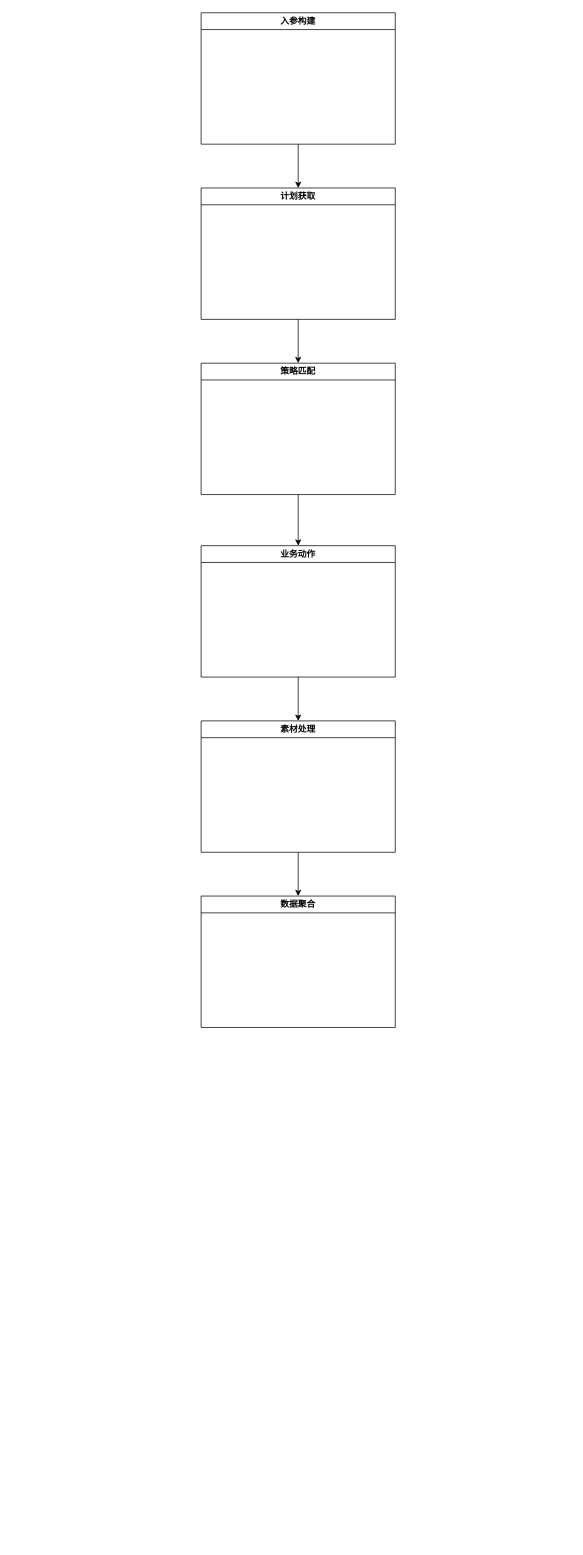
Earlier version of the draw.io diagram 千目系统代码架构.drawio (BlankKelly/diagrams). Source tidied: cells renumbered, new cells numbered last; positions are measured from the earlier drawing's top-left corner, leaving out a move shared by most shapes. Both pictures are drawn from the tidied source at 73%, with x=0, y=0 at pixel (201, 12).
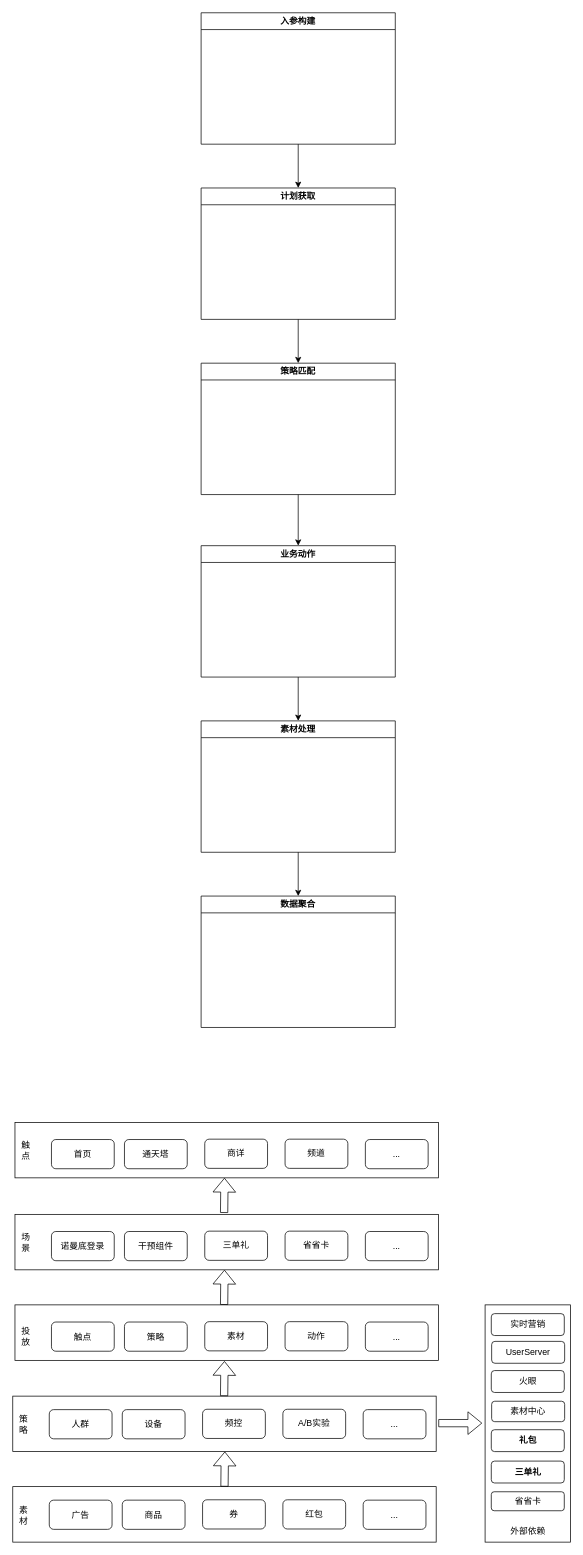
Above is the later version.

Commit message:
更新千目系统代码架构.drawio

The edit, as a diff of the source:
```diff
@@
+    <mxCell id="13" style="rounded=0;whiteSpace=wrap;html=1;" parent="1" vertex="1">
+      <mxGeometry x="-258" y="2019" width="580" height="76" as="geometry" />
+    </mxCell>
+    <mxCell id="14" value="素&lt;br&gt;材" style="text;html=1;strokeColor=none;fillColor=none;align=center;verticalAlign=middle;whiteSpace=wrap;rounded=0;" parent="1" vertex="1">
+      <mxGeometry x="-258" y="2026" width="30" height="63" as="geometry" />
+    </mxCell>
+    <mxCell id="15" value="广告" style="rounded=1;whiteSpace=wrap;html=1;" parent="1" vertex="1">
+      <mxGeometry x="-208" y="2037.5" width="86" height="40" as="geometry" />
+    </mxCell>
+    <mxCell id="16" value="商品" style="rounded=1;whiteSpace=wrap;html=1;" parent="1" vertex="1">
+      <mxGeometry x="-108" y="2037.5" width="86" height="40" as="geometry" />
+    </mxCell>
+    <mxCell id="17" value="券" style="rounded=1;whiteSpace=wrap;html=1;" parent="1" vertex="1">
+      <mxGeometry x="2" y="2037" width="86" height="40" as="geometry" />
+    </mxCell>
+    <mxCell id="18" value="红包" style="rounded=1;whiteSpace=wrap;html=1;" parent="1" vertex="1">
+      <mxGeometry x="112" y="2037" width="86" height="40" as="geometry" />
+    </mxCell>
+    <mxCell id="19" value="..." style="rounded=1;whiteSpace=wrap;html=1;" parent="1" vertex="1">
+      <mxGeometry x="222" y="2037.5" width="86" height="40" as="geometry" />
+    </mxCell>
+    <mxCell id="20" style="rounded=0;whiteSpace=wrap;html=1;" parent="1" vertex="1">
+      <mxGeometry x="-258" y="1895" width="580" height="76" as="geometry" />
+    </mxCell>
+    <mxCell id="21" value="策&lt;br&gt;略&lt;br&gt;" style="text;html=1;strokeColor=none;fillColor=none;align=center;verticalAlign=middle;whiteSpace=wrap;rounded=0;" parent="1" vertex="1">
+      <mxGeometry x="-258" y="1902" width="30" height="63" as="geometry" />
+    </mxCell>
+    <mxCell id="22" value="人群" style="rounded=1;whiteSpace=wrap;html=1;" parent="1" vertex="1">
+      <mxGeometry x="-208" y="1913.5" width="86" height="40" as="geometry" />
+    </mxCell>
+    <mxCell id="23" value="设备" style="rounded=1;whiteSpace=wrap;html=1;" parent="1" vertex="1">
+      <mxGeometry x="-108" y="1913.5" width="86" height="40" as="geometry" />
+    </mxCell>
+    <mxCell id="24" value="频控" style="rounded=1;whiteSpace=wrap;html=1;" parent="1" vertex="1">
+      <mxGeometry x="2" y="1913" width="86" height="40" as="geometry" />
+    </mxCell>
+    <mxCell id="25" value="A/B实验" style="rounded=1;whiteSpace=wrap;html=1;" parent="1" vertex="1">
+      <mxGeometry x="112" y="1913" width="86" height="40" as="geometry" />
+    </mxCell>
+    <mxCell id="26" value="..." style="rounded=1;whiteSpace=wrap;html=1;" parent="1" vertex="1">
+      <mxGeometry x="222" y="1913.5" width="86" height="40" as="geometry" />
+    </mxCell>
+    <mxCell id="27" style="shape=flexArrow;endArrow=classic;html=1;rounded=0;exitX=0.5;exitY=0;exitDx=0;exitDy=0;" parent="1" edge="1" source="13">
+      <mxGeometry relative="1" as="geometry">
+        <mxPoint x="32.5" y="1971" as="targetPoint" />
+      </mxGeometry>
+    </mxCell>
+    <mxCell id="28" style="shape=flexArrow;endArrow=classic;html=1;rounded=0;exitX=0.5;exitY=0;exitDx=0;exitDy=0;" parent="1" edge="1">
+      <mxGeometry relative="1" as="geometry">
+        <mxPoint x="31.5" y="1895" as="sourcePoint" />
+        <mxPoint x="32" y="1847" as="targetPoint" />
+      </mxGeometry>
+    </mxCell>
+    <mxCell id="29" style="rounded=0;whiteSpace=wrap;html=1;" parent="1" vertex="1">
+      <mxGeometry x="-255" y="1770" width="580" height="76" as="geometry" />
+    </mxCell>
+    <mxCell id="30" value="投&lt;br&gt;放&lt;br&gt;" style="text;html=1;strokeColor=none;fillColor=none;align=center;verticalAlign=middle;whiteSpace=wrap;rounded=0;" parent="1" vertex="1">
+      <mxGeometry x="-255" y="1782" width="30" height="63" as="geometry" />
+    </mxCell>
+    <mxCell id="31" value="触点" style="rounded=1;whiteSpace=wrap;html=1;" parent="1" vertex="1">
+      <mxGeometry x="-205" y="1793.5" width="86" height="40" as="geometry" />
+    </mxCell>
+    <mxCell id="32" value="策略" style="rounded=1;whiteSpace=wrap;html=1;" parent="1" vertex="1">
+      <mxGeometry x="-105" y="1793.5" width="86" height="40" as="geometry" />
+    </mxCell>
+    <mxCell id="33" value="素材" style="rounded=1;whiteSpace=wrap;html=1;" parent="1" vertex="1">
+      <mxGeometry x="5" y="1793" width="86" height="40" as="geometry" />
+    </mxCell>
+    <mxCell id="34" value="动作" style="rounded=1;whiteSpace=wrap;html=1;" parent="1" vertex="1">
+      <mxGeometry x="115" y="1793" width="86" height="40" as="geometry" />
+    </mxCell>
+    <mxCell id="35" value="..." style="rounded=1;whiteSpace=wrap;html=1;" parent="1" vertex="1">
+      <mxGeometry x="225" y="1793.5" width="86" height="40" as="geometry" />
+    </mxCell>
+    <mxCell id="36" style="rounded=0;whiteSpace=wrap;html=1;" parent="1" vertex="1">
+      <mxGeometry x="389" y="1770" width="117" height="325" as="geometry" />
+    </mxCell>
+    <mxCell id="37" style="shape=flexArrow;endArrow=classic;html=1;rounded=0;" parent="1" edge="1">
+      <mxGeometry relative="1" as="geometry">
+        <mxPoint x="325" y="1932" as="sourcePoint" />
+        <mxPoint x="385" y="1932" as="targetPoint" />
+      </mxGeometry>
+    </mxCell>
+    <mxCell id="38" value="外部依赖" style="text;html=1;strokeColor=none;fillColor=none;align=center;verticalAlign=middle;whiteSpace=wrap;rounded=0;" parent="1" vertex="1">
+      <mxGeometry x="418" y="2065" width="60" height="30" as="geometry" />
+    </mxCell>
+    <mxCell id="39" value="实时营销" style="rounded=1;whiteSpace=wrap;html=1;" parent="1" vertex="1">
+      <mxGeometry x="397.5" y="1782" width="100" height="30" as="geometry" />
+    </mxCell>
+    <mxCell id="40" value="UserServer" style="rounded=1;whiteSpace=wrap;html=1;" parent="1" vertex="1">
+      <mxGeometry x="398" y="1820" width="100" height="30" as="geometry" />
+    </mxCell>
+    <mxCell id="41" value="&lt;span style=&quot;font-weight: normal;&quot;&gt;火眼&lt;/span&gt;" style="rounded=1;whiteSpace=wrap;html=1;fontStyle=1;" parent="1" vertex="1">
+      <mxGeometry x="397.5" y="1860" width="100" height="30" as="geometry" />
+    </mxCell>
+    <mxCell id="42" value="素材中心" style="rounded=1;whiteSpace=wrap;html=1;fontStyle=0;" parent="1" vertex="1">
+      <mxGeometry x="398" y="1902" width="100" height="28" as="geometry" />
+    </mxCell>
+    <mxCell id="43" value="礼包" style="rounded=1;whiteSpace=wrap;html=1;fontStyle=1;" parent="1" vertex="1">
+      <mxGeometry x="397.5" y="1941" width="100" height="30" as="geometry" />
+    </mxCell>
+    <mxCell id="44" value="三单礼" style="rounded=1;whiteSpace=wrap;html=1;fontStyle=1;" parent="1" vertex="1">
+      <mxGeometry x="397.5" y="1984" width="100" height="30" as="geometry" />
+    </mxCell>
+    <mxCell id="45" value="省省卡" style="rounded=1;whiteSpace=wrap;html=1;fontStyle=0;" parent="1" vertex="1">
+      <mxGeometry x="397.5" y="2026" width="100" height="26" as="geometry" />
+    </mxCell>
+    <mxCell id="46" style="rounded=0;whiteSpace=wrap;html=1;" parent="1" vertex="1">
+      <mxGeometry x="-255" y="1646" width="580" height="76" as="geometry" />
+    </mxCell>
+    <mxCell id="47" value="场&lt;br&gt;景&lt;br&gt;" style="text;html=1;strokeColor=none;fillColor=none;align=center;verticalAlign=middle;whiteSpace=wrap;rounded=0;" parent="1" vertex="1">
+      <mxGeometry x="-255" y="1653" width="30" height="63" as="geometry" />
+    </mxCell>
+    <mxCell id="48" value="诺曼底登录" style="rounded=1;whiteSpace=wrap;html=1;" parent="1" vertex="1">
+      <mxGeometry x="-205" y="1669.5" width="86" height="40" as="geometry" />
+    </mxCell>
+    <mxCell id="49" value="干预组件" style="rounded=1;whiteSpace=wrap;html=1;" parent="1" vertex="1">
+      <mxGeometry x="-105" y="1669.5" width="86" height="40" as="geometry" />
+    </mxCell>
+    <mxCell id="50" value="三单礼" style="rounded=1;whiteSpace=wrap;html=1;" parent="1" vertex="1">
+      <mxGeometry x="5" y="1669" width="86" height="40" as="geometry" />
+    </mxCell>
+    <mxCell id="51" value="省省卡" style="rounded=1;whiteSpace=wrap;html=1;" parent="1" vertex="1">
+      <mxGeometry x="115" y="1669" width="86" height="40" as="geometry" />
+    </mxCell>
+    <mxCell id="52" value="..." style="rounded=1;whiteSpace=wrap;html=1;" parent="1" vertex="1">
+      <mxGeometry x="225" y="1669.5" width="86" height="40" as="geometry" />
+    </mxCell>
+    <mxCell id="53" style="shape=flexArrow;endArrow=classic;html=1;rounded=0;exitX=0.5;exitY=0;exitDx=0;exitDy=0;" parent="1" edge="1">
+      <mxGeometry relative="1" as="geometry">
+        <mxPoint x="31.5" y="1770" as="sourcePoint" />
+        <mxPoint x="32" y="1722" as="targetPoint" />
+      </mxGeometry>
+    </mxCell>
+    <mxCell id="54" style="rounded=0;whiteSpace=wrap;html=1;" parent="1" vertex="1">
+      <mxGeometry x="-255" y="1520" width="580" height="76" as="geometry" />
+    </mxCell>
+    <mxCell id="55" value="触&lt;br&gt;点" style="text;html=1;strokeColor=none;fillColor=none;align=center;verticalAlign=middle;whiteSpace=wrap;rounded=0;" parent="1" vertex="1">
+      <mxGeometry x="-255" y="1527" width="30" height="63" as="geometry" />
+    </mxCell>
+    <mxCell id="56" value="首页" style="rounded=1;whiteSpace=wrap;html=1;" parent="1" vertex="1">
+      <mxGeometry x="-205" y="1543.5" width="86" height="40" as="geometry" />
+    </mxCell>
+    <mxCell id="57" value="通天塔" style="rounded=1;whiteSpace=wrap;html=1;" parent="1" vertex="1">
+      <mxGeometry x="-105" y="1543.5" width="86" height="40" as="geometry" />
+    </mxCell>
+    <mxCell id="58" value="商详" style="rounded=1;whiteSpace=wrap;html=1;" parent="1" vertex="1">
+      <mxGeometry x="5" y="1543" width="86" height="40" as="geometry" />
+    </mxCell>
+    <mxCell id="59" value="频道" style="rounded=1;whiteSpace=wrap;html=1;" parent="1" vertex="1">
+      <mxGeometry x="115" y="1543" width="86" height="40" as="geometry" />
+    </mxCell>
+    <mxCell id="60" value="..." style="rounded=1;whiteSpace=wrap;html=1;" parent="1" vertex="1">
+      <mxGeometry x="225" y="1543.5" width="86" height="40" as="geometry" />
+    </mxCell>
+    <mxCell id="61" style="shape=flexArrow;endArrow=classic;html=1;rounded=0;exitX=0.5;exitY=0;exitDx=0;exitDy=0;" parent="1" edge="1">
+      <mxGeometry relative="1" as="geometry">
+        <mxPoint x="31.5" y="1644" as="sourcePoint" />
+        <mxPoint x="32" y="1596" as="targetPoint" />
+      </mxGeometry>
+    </mxCell>
```
